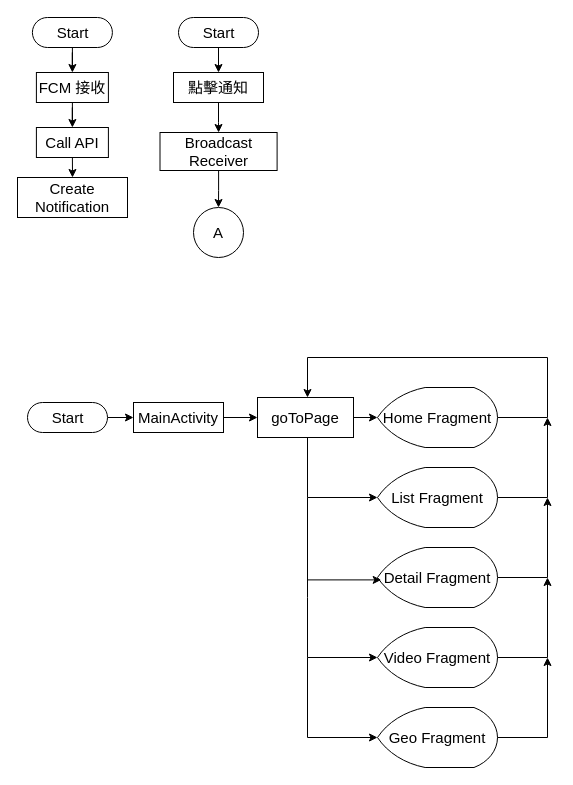
The draw.io diagram page "ALL" (1 of 12) of 一般流程.drawio in ccckyc/draw, before the edit. Source tidied: cells renumbered, new cells numbered last; positions are measured from the earlier drawing's top-left corner, leaving out a move shared by most shapes. Both pictures are drawn from the tidied source at 100%, with x=0, y=0 at pixel (17, 17).
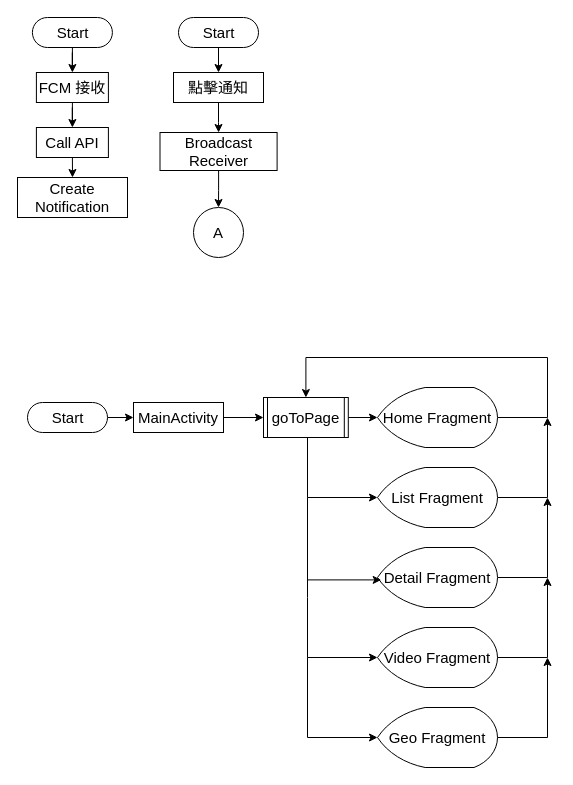
Above is the later version.

Unchanged cells that the change refers to:
```xml
<mxCell id="9" value="&lt;span style=&quot;font-size: 15px;&quot;&gt;Home Fragment&lt;/span&gt;" style="strokeWidth=1;html=1;shape=mxgraph.flowchart.display;whiteSpace=wrap;fontStyle=0;fontFamily=Helvetica;fontSize=15;spacing=2;" parent="1" vertex="1">
  <mxGeometry x="360" y="370" width="120" height="60" as="geometry" />
</mxCell>
<mxCell id="11" value="&lt;span style=&quot;font-size: 15px;&quot;&gt;List Fragment&lt;/span&gt;" style="strokeWidth=1;html=1;shape=mxgraph.flowchart.display;whiteSpace=wrap;fontStyle=0;fontFamily=Helvetica;fontSize=15;spacing=2;" parent="1" vertex="1">
  <mxGeometry x="360" y="450" width="120" height="60" as="geometry" />
</mxCell>
```

The edit, as a diff of the source:
```diff
@@
-    <mxCell id="5" style="edgeStyle=orthogonalEdgeStyle;rounded=0;jettySize=auto;html=1;exitX=0.5;exitY=1;exitDx=0;exitDy=0;entryX=0;entryY=0.5;entryDx=0;entryDy=0;entryPerimeter=0;fontStyle=0;strokeWidth=1;fontFamily=Helvetica;fontSize=15;spacing=2;" parent="1" edge="1" source="7" target="11">
+    <mxCell id="5" style="edgeStyle=orthogonalEdgeStyle;rounded=0;jettySize=auto;html=1;exitX=0.5;exitY=1;exitDx=0;exitDy=0;entryX=0;entryY=0.5;entryDx=0;entryDy=0;entryPerimeter=0;fontStyle=0;strokeWidth=1;fontFamily=Helvetica;fontSize=15;spacing=2;" parent="1" edge="1" target="11">
       <mxGeometry relative="1" as="geometry">
+        <mxPoint x="288" y="420" as="sourcePoint" />
         <Array as="points">
           <mxPoint x="290" y="420" />
           <mxPoint x="290" y="480" />
         </Array>
       </mxGeometry>
     </mxCell>
@@
-    <mxCell id="7" value="goToPage" style="whiteSpace=wrap;html=1;dashed=0;fontStyle=0;strokeWidth=1;fontFamily=Helvetica;fontSize=15;spacing=2;" parent="1" vertex="1">
-      <mxGeometry x="240" y="380" width="96" height="40" as="geometry" />
-    </mxCell>
-    <mxCell id="8" style="edgeStyle=orthogonalEdgeStyle;rounded=0;jettySize=auto;html=1;fontStyle=0;strokeWidth=1;fontFamily=Helvetica;fontSize=15;spacing=2;" parent="1" edge="1" source="9" target="7">
+    <mxCell id="8" style="edgeStyle=orthogonalEdgeStyle;rounded=0;jettySize=auto;html=1;fontStyle=0;strokeWidth=1;fontFamily=Helvetica;fontSize=15;spacing=2;entryX=0.5;entryY=0;entryDx=0;entryDy=0;" parent="1" edge="1" source="9" target="7">
       <mxGeometry relative="1" as="geometry">
         <Array as="points">
           <mxPoint x="530" y="400" />
           <mxPoint x="530" y="340" />
-          <mxPoint x="290" y="340" />
+          <mxPoint x="288" y="340" />
+          <mxPoint x="288" y="380" />
         </Array>
       </mxGeometry>
     </mxCell>
@@
+    <mxCell id="7" value="&lt;span&gt;goToPage&lt;/span&gt;" style="shape=process;whiteSpace=wrap;html=1;backgroundOutline=1;labelBackgroundColor=none;labelBorderColor=none;fontFamily=Helvetica;fontSize=15;fontColor=#000000;strokeWidth=1;fillColor=#FFFFFF;gradientColor=none;size=0.04977206526131552;" parent="1" vertex="1">
+      <mxGeometry x="246" y="380" width="84.8" height="40" as="geometry" />
+    </mxCell>
```
